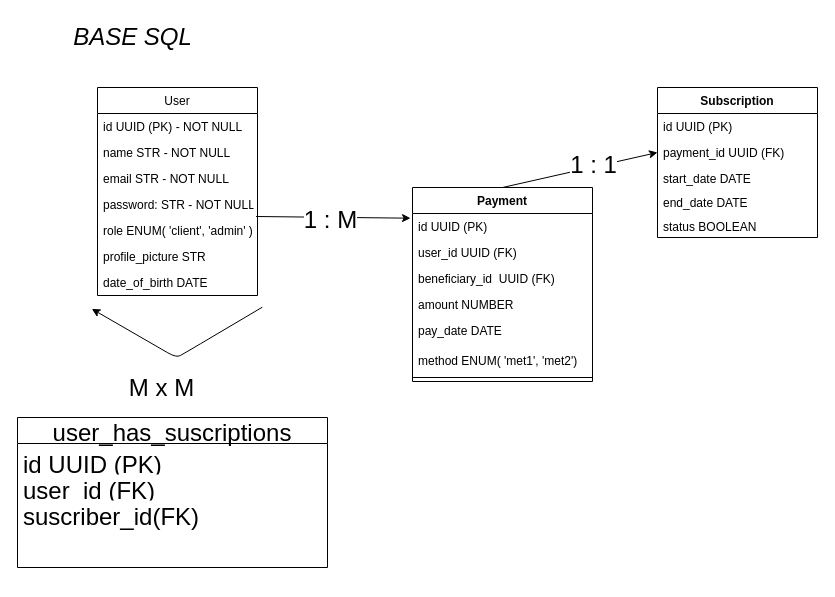
Before: api/src/diagrams/relational.drawio in No-Country/s12-08-ft-node-react, a draw.io diagram. Source tidied: cells renumbered, new cells numbered last; positions are measured from the earlier drawing's top-left corner, leaving out a move shared by most shapes. Both pictures are drawn from the tidied source at 100%, with x=0, y=0 at pixel (17, 17).
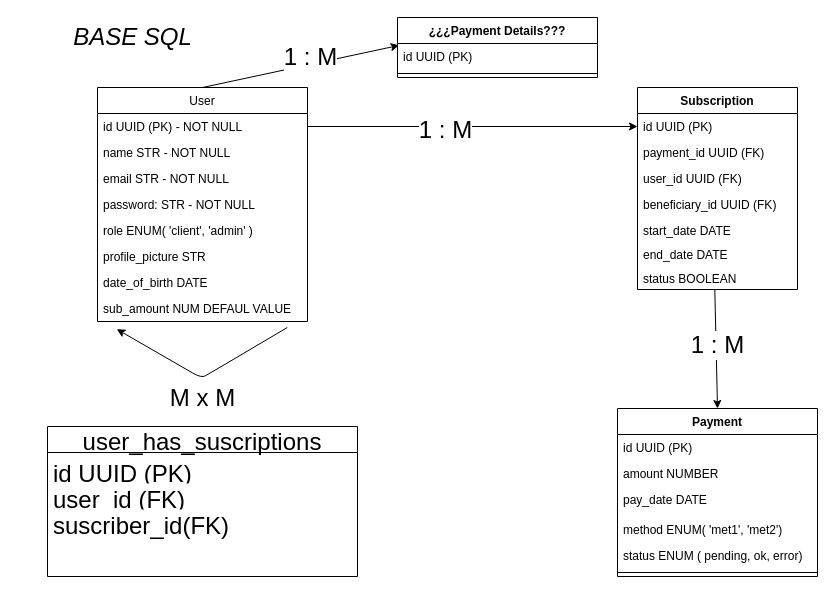
Above is the later version.

The change refers to these unchanged cells:
```xml
<mxCell id="19" value="id UUID (PK)" style="text;strokeColor=none;fillColor=none;align=left;verticalAlign=top;spacingLeft=4;spacingRight=4;overflow=hidden;points=[[0,0.5],[1,0.5]];portConstraint=eastwest;" parent="18" vertex="1">
  <mxGeometry y="26" width="160" height="26" as="geometry" />
</mxCell>
<mxCell id="20" value="payment_id UUID (FK)" style="text;strokeColor=none;fillColor=none;align=left;verticalAlign=top;spacingLeft=4;spacingRight=4;overflow=hidden;points=[[0,0.5],[1,0.5]];portConstraint=eastwest;" parent="18" vertex="1">
  <mxGeometry y="52" width="160" height="26" as="geometry" />
</mxCell>
```

What changed in the source:
```diff
@@
     <mxCell id="2" value="User" style="swimlane;fontStyle=0;horizontal=1;startSize=26;fillColor=none;" parent="1" vertex="1">
-      <mxGeometry x="80" y="70" width="160" height="208" as="geometry" />
+      <mxGeometry x="80" y="70" width="210" height="234" as="geometry" />
     </mxCell>
     <mxCell id="3" value="id UUID (PK) - NOT NULL" style="text;strokeColor=none;fillColor=none;align=left;verticalAlign=top;spacingLeft=4;spacingRight=4;overflow=hidden;points=[[0,0.5],[1,0.5]];portConstraint=eastwest;" parent="2" vertex="1">
-      <mxGeometry y="26" width="160" height="26" as="geometry" />
+      <mxGeometry y="26" width="210" height="26" as="geometry" />
     </mxCell>
     <mxCell id="4" value="name STR - NOT NULL" style="text;strokeColor=none;fillColor=none;align=left;verticalAlign=top;spacingLeft=4;spacingRight=4;overflow=hidden;" parent="2" vertex="1">
-      <mxGeometry y="52" width="160" height="26" as="geometry" />
+      <mxGeometry y="52" width="210" height="26" as="geometry" />
     </mxCell>
     <mxCell id="5" value="email STR - NOT NULL" style="text;strokeColor=none;fillColor=none;align=left;verticalAlign=top;spacingLeft=4;spacingRight=4;overflow=hidden;" parent="2" vertex="1">
-      <mxGeometry y="78" width="160" height="26" as="geometry" />
+      <mxGeometry y="78" width="210" height="26" as="geometry" />
     </mxCell>
     <mxCell id="6" value="password: STR - NOT NULL&#10;" style="text;strokeColor=none;fillColor=none;align=left;verticalAlign=top;spacingLeft=4;spacingRight=4;overflow=hidden;" parent="2" vertex="1">
-      <mxGeometry y="104" width="160" height="26" as="geometry" />
+      <mxGeometry y="104" width="210" height="26" as="geometry" />
     </mxCell>
     <mxCell id="7" value="role ENUM( 'client', 'admin' )" style="text;strokeColor=none;fillColor=none;align=left;verticalAlign=top;spacingLeft=4;spacingRight=4;overflow=hidden;" parent="2" vertex="1">
-      <mxGeometry y="130" width="160" height="26" as="geometry" />
+      <mxGeometry y="130" width="210" height="26" as="geometry" />
     </mxCell>
     <mxCell id="8" value="profile_picture STR" style="text;strokeColor=none;fillColor=none;align=left;verticalAlign=top;spacingLeft=4;spacingRight=4;overflow=hidden;" parent="2" vertex="1">
-      <mxGeometry y="156" width="160" height="26" as="geometry" />
+      <mxGeometry y="156" width="210" height="26" as="geometry" />
     </mxCell>
     <mxCell id="9" value="date_of_birth DATE" style="text;strokeColor=none;fillColor=none;align=left;verticalAlign=top;spacingLeft=4;spacingRight=4;overflow=hidden;" parent="2" vertex="1">
-      <mxGeometry y="182" width="160" height="26" as="geometry" />
+      <mxGeometry y="182" width="210" height="26" as="geometry" />
     </mxCell>
+    <mxCell id="35" value="sub_amount NUM DEFAUL VALUE" style="text;strokeColor=none;fillColor=none;align=left;verticalAlign=top;spacingLeft=4;spacingRight=4;overflow=hidden;" parent="2" vertex="1">
+      <mxGeometry y="208" width="210" height="26" as="geometry" />
+    </mxCell>
     <mxCell id="10" value="Payment" style="swimlane;fontStyle=1;align=center;verticalAlign=top;horizontal=1;startSize=26;" parent="1" vertex="1">
-      <mxGeometry x="395" y="170" width="180" height="194" as="geometry" />
+      <mxGeometry x="600" y="391" width="200" height="168" as="geometry" />
     </mxCell>
     <mxCell id="11" value="id UUID (PK)&#10;" style="text;strokeColor=none;fillColor=none;align=left;verticalAlign=top;spacingLeft=4;spacingRight=4;overflow=hidden;points=[[0,0.5],[1,0.5]];portConstraint=eastwest;" parent="10" vertex="1">
-      <mxGeometry y="26" width="180" height="26" as="geometry" />
+      <mxGeometry y="26" width="200" height="26" as="geometry" />
     </mxCell>
-    <mxCell id="12" value="user_id UUID (FK)" style="text;strokeColor=none;fillColor=none;align=left;verticalAlign=top;spacingLeft=4;spacingRight=4;overflow=hidden;" parent="10" vertex="1">
-      <mxGeometry y="52" width="180" height="26" as="geometry" />
-    </mxCell>
-    <mxCell id="13" value="beneficiary_id  UUID (FK)" style="text;strokeColor=none;fillColor=none;align=left;verticalAlign=top;spacingLeft=4;spacingRight=4;overflow=hidden;" parent="10" vertex="1">
-      <mxGeometry y="78" width="180" height="26" as="geometry" />
-    </mxCell>
     <mxCell id="14" value="amount NUMBER" style="text;strokeColor=none;fillColor=none;align=left;verticalAlign=top;spacingLeft=4;spacingRight=4;overflow=hidden;" parent="10" vertex="1">
-      <mxGeometry y="104" width="180" height="26" as="geometry" />
+      <mxGeometry y="52" width="200" height="26" as="geometry" />
     </mxCell>
     <mxCell id="15" value="pay_date DATE" style="text;strokeColor=none;fillColor=none;align=left;verticalAlign=top;spacingLeft=4;spacingRight=4;overflow=hidden;" parent="10" vertex="1">
-      <mxGeometry y="130" width="180" height="30" as="geometry" />
+      <mxGeometry y="78" width="200" height="30" as="geometry" />
     </mxCell>
     <mxCell id="16" value="method ENUM( 'met1', 'met2')" style="text;strokeColor=none;fillColor=none;align=left;verticalAlign=top;spacingLeft=4;spacingRight=4;overflow=hidden;" parent="10" vertex="1">
-      <mxGeometry y="160" width="180" height="26" as="geometry" />
+      <mxGeometry y="108" width="200" height="26" as="geometry" />
     </mxCell>
+    <mxCell id="36" value="status ENUM ( pending, ok, error)" style="text;strokeColor=none;fillColor=none;align=left;verticalAlign=top;spacingLeft=4;spacingRight=4;overflow=hidden;" parent="10" vertex="1">
+      <mxGeometry y="134" width="200" height="26" as="geometry" />
+    </mxCell>
     <mxCell id="17" style="line;strokeWidth=1;fillColor=none;align=left;verticalAlign=middle;spacingTop=-1;spacingLeft=3;spacingRight=3;labelPosition=right;strokeColor=inherit;" parent="10" vertex="1">
-      <mxGeometry y="186" width="180" height="8" as="geometry" />
+      <mxGeometry y="160" width="200" height="8" as="geometry" />
     </mxCell>
     <mxCell id="18" value="Subscription" style="swimlane;fontStyle=1;align=center;verticalAlign=top;horizontal=1;startSize=26;" parent="1" vertex="1">
-      <mxGeometry x="640" y="70" width="160" height="150" as="geometry" />
+      <mxGeometry x="620" y="70" width="160" height="202" as="geometry" />
     </mxCell>
@@
+    <mxCell id="12" value="user_id UUID (FK)" style="text;strokeColor=none;fillColor=none;align=left;verticalAlign=top;spacingLeft=4;spacingRight=4;overflow=hidden;" parent="18" vertex="1">
+      <mxGeometry y="78" width="160" height="26" as="geometry" />
+    </mxCell>
+    <mxCell id="13" value="beneficiary_id UUID (FK)" style="text;strokeColor=none;fillColor=none;align=left;verticalAlign=top;spacingLeft=4;spacingRight=4;overflow=hidden;" parent="18" vertex="1">
+      <mxGeometry y="104" width="160" height="26" as="geometry" />
+    </mxCell>
     <mxCell id="21" value="start_date DATE" style="text;strokeColor=none;fillColor=none;align=left;verticalAlign=top;spacingLeft=4;spacingRight=4;overflow=hidden;" parent="18" vertex="1">
-      <mxGeometry y="78" width="160" height="24" as="geometry" />
+      <mxGeometry y="130" width="160" height="24" as="geometry" />
     </mxCell>
     <mxCell id="22" value="end_date DATE" style="text;strokeColor=none;fillColor=none;align=left;verticalAlign=top;spacingLeft=4;spacingRight=4;overflow=hidden;" parent="18" vertex="1">
-      <mxGeometry y="102" width="160" height="24" as="geometry" />
+      <mxGeometry y="154" width="160" height="24" as="geometry" />
     </mxCell>
     <mxCell id="23" value="status BOOLEAN" style="text;strokeColor=none;fillColor=none;align=left;verticalAlign=top;spacingLeft=4;spacingRight=4;overflow=hidden;" parent="18" vertex="1">
-      <mxGeometry y="126" width="160" height="24" as="geometry" />
+      <mxGeometry y="178" width="160" height="24" as="geometry" />
     </mxCell>
@@
-    <mxCell id="25" style="edgeStyle=none;html=1;entryX=0;entryY=0.5;entryDx=0;entryDy=0;fontSize=24;exitX=0.5;exitY=0;exitDx=0;exitDy=0;" parent="1" edge="1" source="10" target="20">
-      <mxGeometry relative="1" as="geometry" />
+    <mxCell id="25" style="edgeStyle=none;html=1;fontSize=24;exitX=0.478;exitY=1.042;exitDx=0;exitDy=0;exitPerimeter=0;entryX=0.5;entryY=0;entryDx=0;entryDy=0;" parent="1" edge="1" target="10">
+      <mxGeometry relative="1" as="geometry">
+        <mxPoint x="697.3" y="272" as="sourcePoint" />
+      </mxGeometry>
     </mxCell>
-    <mxCell id="26" value="1 : 1" style="edgeLabel;html=1;align=center;verticalAlign=middle;fontSize=24;" parent="25" vertex="1">
+    <mxCell id="26" value="1 : M" style="edgeLabel;html=1;align=center;verticalAlign=middle;fontSize=24;rotation=0;" parent="25" vertex="1">
       <mxGeometry x="-0.71" y="1" relative="1" as="geometry">
-        <mxPoint x="68" y="-16" as="offset" />
+        <mxPoint x="1" y="39" as="offset" />
       </mxGeometry>
     </mxCell>
-    <mxCell id="27" style="edgeStyle=none;html=1;entryX=-0.011;entryY=0.18;entryDx=0;entryDy=0;entryPerimeter=0;fontSize=24;exitX=0.991;exitY=-0.037;exitDx=0;exitDy=0;exitPerimeter=0;" parent="1" edge="1" target="11">
-      <mxGeometry relative="1" as="geometry">
-        <mxPoint x="238.6" y="199" as="sourcePoint" />
-      </mxGeometry>
+    <mxCell id="27" style="edgeStyle=none;html=1;fontSize=24;exitX=1;exitY=0.5;exitDx=0;exitDy=0;entryX=0;entryY=0.5;entryDx=0;entryDy=0;" parent="1" edge="1" source="3" target="19">
+      <mxGeometry relative="1" as="geometry" />
     </mxCell>
@@
     <mxCell id="29" value="user_has_suscriptions" style="swimlane;fontStyle=0;horizontal=1;startSize=26;fillColor=none;fontSize=24;" parent="1" vertex="1">
-      <mxGeometry y="400" width="310" height="150" as="geometry" />
+      <mxGeometry x="30" y="409" width="310" height="150" as="geometry" />
     </mxCell>
@@
     <mxCell id="33" style="edgeStyle=isometricEdgeStyle;html=1;fontSize=24;elbow=vertical;exitX=1.003;exitY=1.166;exitDx=0;exitDy=0;exitPerimeter=0;" parent="1" edge="1">
       <mxGeometry relative="1" as="geometry">
-        <mxPoint x="244.8" y="289.7" as="sourcePoint" />
-        <mxPoint x="74.3" y="291.4" as="targetPoint" />
+        <mxPoint x="269.8" y="310" as="sourcePoint" />
+        <mxPoint x="99.3" y="311.7" as="targetPoint" />
         <Array as="points">
-          <mxPoint x="174.3" y="331.4" />
-          <mxPoint x="164.3" y="361.4" />
-          <mxPoint x="164.3" y="371.4" />
+          <mxPoint x="199.3" y="351.7" />
+          <mxPoint x="189.3" y="381.7" />
+          <mxPoint x="189.3" y="391.7" />
         </Array>
       </mxGeometry>
     </mxCell>
     <mxCell id="34" value="M x M" style="edgeLabel;html=1;align=center;verticalAlign=middle;fontSize=24;" parent="33" vertex="1">
       <mxGeometry x="0.22" y="-4" relative="1" as="geometry">
-        <mxPoint y="44" as="offset" />
+        <mxPoint x="16" y="33" as="offset" />
       </mxGeometry>
     </mxCell>
+    <mxCell id="37" value="¿¿¿Payment Details???" style="swimlane;fontStyle=1;align=center;verticalAlign=top;horizontal=1;startSize=26;" parent="1" vertex="1">
+      <mxGeometry x="380" width="200" height="60" as="geometry" />
+    </mxCell>
+    <mxCell id="38" value="id UUID (PK)&#10;" style="text;strokeColor=none;fillColor=none;align=left;verticalAlign=top;spacingLeft=4;spacingRight=4;overflow=hidden;points=[[0,0.5],[1,0.5]];portConstraint=eastwest;" parent="37" vertex="1">
+      <mxGeometry y="26" width="200" height="26" as="geometry" />
+    </mxCell>
+    <mxCell id="39" style="line;strokeWidth=1;fillColor=none;align=left;verticalAlign=middle;spacingTop=-1;spacingLeft=3;spacingRight=3;labelPosition=right;strokeColor=inherit;" parent="37" vertex="1">
+      <mxGeometry y="52" width="200" height="8" as="geometry" />
+    </mxCell>
+    <mxCell id="40" style="edgeStyle=none;html=1;fontSize=24;exitX=1;exitY=0.5;exitDx=0;exitDy=0;entryX=0.008;entryY=0.072;entryDx=0;entryDy=0;entryPerimeter=0;" parent="1" edge="1" target="38">
+      <mxGeometry relative="1" as="geometry">
+        <mxPoint x="185" y="70" as="sourcePoint" />
+      </mxGeometry>
+    </mxCell>
+    <mxCell id="41" value="1 : M" style="edgeLabel;html=1;align=center;verticalAlign=middle;fontSize=24;" parent="40" vertex="1">
+      <mxGeometry x="-0.28" y="2" relative="1" as="geometry">
+        <mxPoint x="38" y="-13" as="offset" />
+      </mxGeometry>
+    </mxCell>
```
